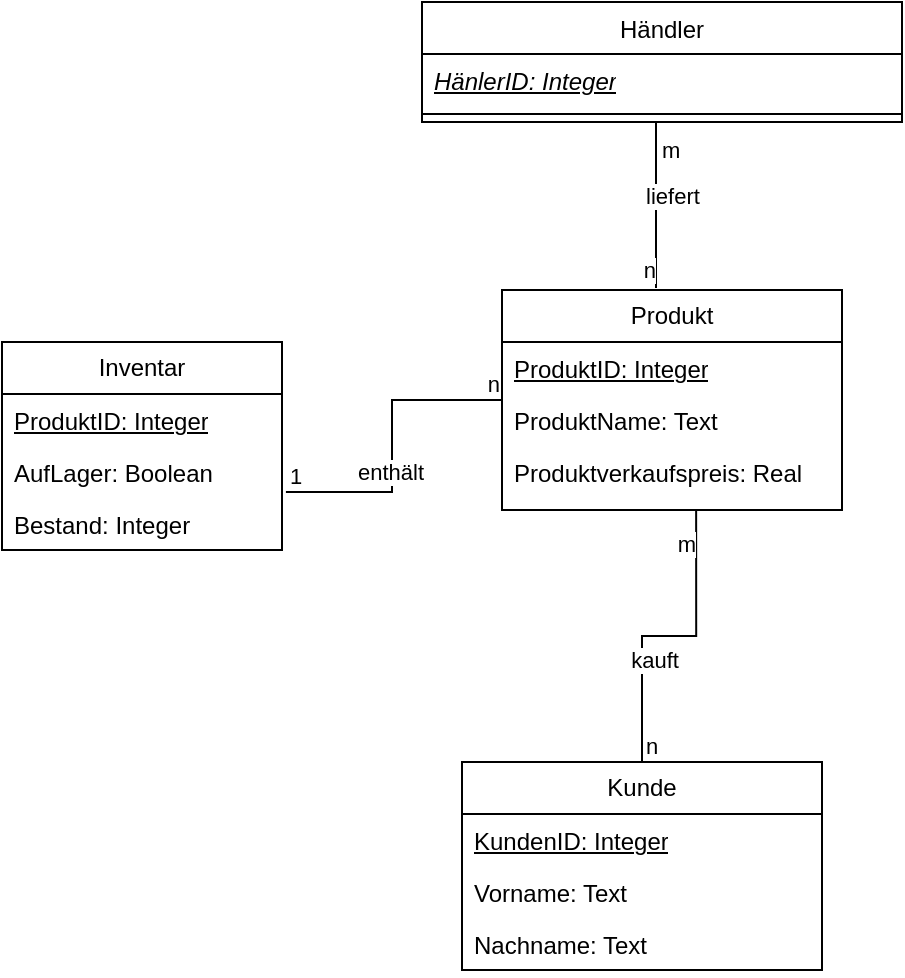
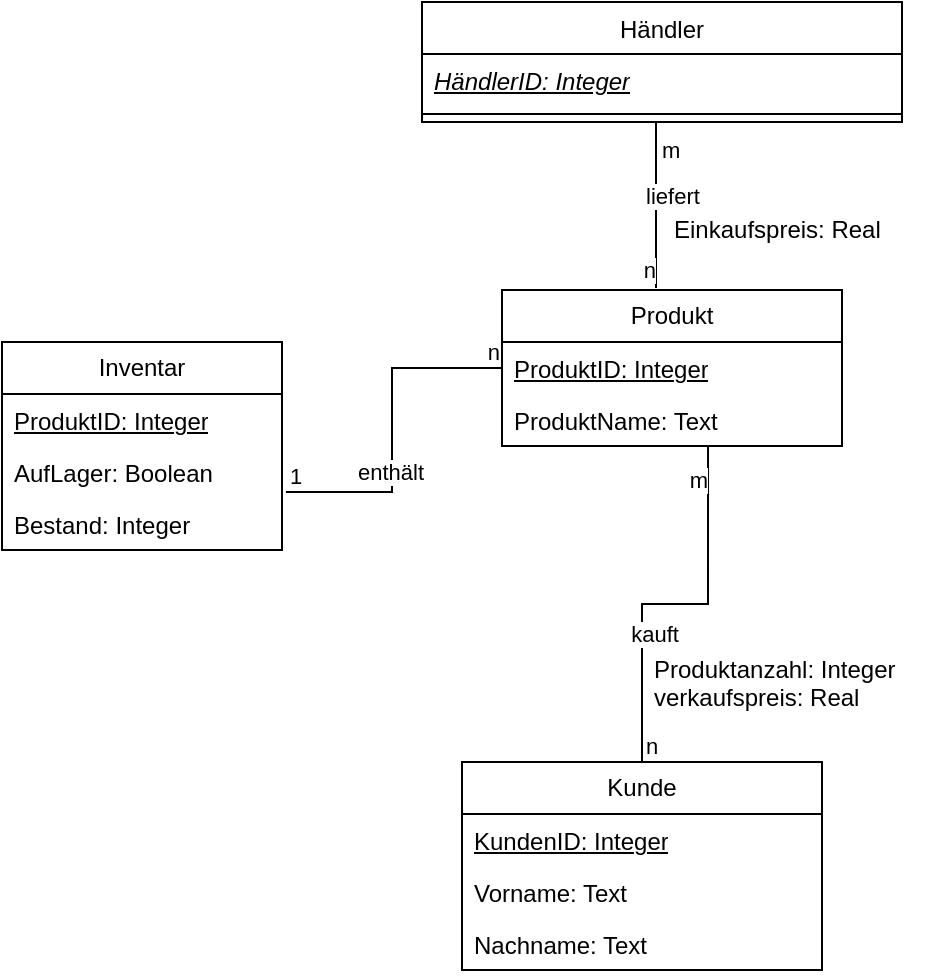
<mxfile host="Electron" agent="Mozilla/5.0 (Windows NT 10.0; Win64; x64) AppleWebKit/537.36 (KHTML, like Gecko) draw.io/23.1.5 Chrome/120.0.6099.109 Electron/28.1.0 Safari/537.36">
  <diagram name="Seite-1" id="zRFhC1JhQhvgA2iYbmPQ">
    <mxGraphModel dx="1398" dy="825" grid="1" gridSize="10" guides="1" tooltips="1" connect="1" arrows="1" fold="1" page="1" pageScale="1" pageWidth="827" pageHeight="1169" math="0" shadow="0">
      <root>
        <mxCell id="0" />
        <mxCell id="1" parent="0" />
        <mxCell id="Is3GVWOtyZzmBliWF83r-1" parent="1" style="swimlane;fontStyle=0;childLayout=stackLayout;horizontal=1;startSize=26;fillColor=none;horizontalStack=0;resizeParent=1;resizeParentMax=0;resizeLast=0;collapsible=1;marginBottom=0;whiteSpace=wrap;html=1;" value="Inventar" vertex="1">
          <mxGeometry height="104" width="140" x="260" y="340" as="geometry" />
        </mxCell>
        <mxCell id="Is3GVWOtyZzmBliWF83r-46" parent="Is3GVWOtyZzmBliWF83r-1" style="text;strokeColor=none;fillColor=none;align=left;verticalAlign=top;spacingLeft=4;spacingRight=4;overflow=hidden;rotatable=0;points=[[0,0.5],[1,0.5]];portConstraint=eastwest;whiteSpace=wrap;html=1;fontStyle=4" value="ProduktID: Integer" vertex="1">
          <mxGeometry height="26" width="140" y="26" as="geometry" />
        </mxCell>
        <mxCell id="Is3GVWOtyZzmBliWF83r-2" parent="Is3GVWOtyZzmBliWF83r-1" style="text;strokeColor=none;fillColor=none;align=left;verticalAlign=top;spacingLeft=4;spacingRight=4;overflow=hidden;rotatable=0;points=[[0,0.5],[1,0.5]];portConstraint=eastwest;whiteSpace=wrap;html=1;" value="AufLager: Boolean" vertex="1">
          <mxGeometry height="26" width="140" y="52" as="geometry" />
        </mxCell>
        <mxCell id="Is3GVWOtyZzmBliWF83r-3" parent="Is3GVWOtyZzmBliWF83r-1" style="text;strokeColor=none;fillColor=none;align=left;verticalAlign=top;spacingLeft=4;spacingRight=4;overflow=hidden;rotatable=0;points=[[0,0.5],[1,0.5]];portConstraint=eastwest;whiteSpace=wrap;html=1;" value="Bestand: Integer" vertex="1">
          <mxGeometry height="26" width="140" y="78" as="geometry" />
        </mxCell>
        <mxCell id="Is3GVWOtyZzmBliWF83r-5" parent="1" style="swimlane;fontStyle=0;childLayout=stackLayout;horizontal=1;startSize=26;fillColor=none;horizontalStack=0;resizeParent=1;resizeParentMax=0;resizeLast=0;collapsible=1;marginBottom=0;whiteSpace=wrap;html=1;" value="Produkt" vertex="1">
-           <mxGeometry height="110" width="170" x="510" y="314" as="geometry" />
+           <mxGeometry height="78" width="170" x="510" y="314" as="geometry" />
        </mxCell>
        <mxCell id="Is3GVWOtyZzmBliWF83r-6" parent="Is3GVWOtyZzmBliWF83r-5" style="text;strokeColor=none;fillColor=none;align=left;verticalAlign=top;spacingLeft=4;spacingRight=4;overflow=hidden;rotatable=0;points=[[0,0.5],[1,0.5]];portConstraint=eastwest;whiteSpace=wrap;html=1;" value="&lt;u&gt;ProduktID: Integer&lt;/u&gt;" vertex="1">
          <mxGeometry height="26" width="170" y="26" as="geometry" />
        </mxCell>
        <mxCell id="Is3GVWOtyZzmBliWF83r-7" parent="Is3GVWOtyZzmBliWF83r-5" style="text;strokeColor=none;fillColor=none;align=left;verticalAlign=top;spacingLeft=4;spacingRight=4;overflow=hidden;rotatable=0;points=[[0,0.5],[1,0.5]];portConstraint=eastwest;whiteSpace=wrap;html=1;" value="ProduktName: Text" vertex="1">
          <mxGeometry height="26" width="170" y="52" as="geometry" />
        </mxCell>
-         <mxCell id="Is3GVWOtyZzmBliWF83r-17" parent="Is3GVWOtyZzmBliWF83r-5" style="text;strokeColor=none;fillColor=none;align=left;verticalAlign=top;spacingLeft=4;spacingRight=4;overflow=hidden;rotatable=0;points=[[0,0.5],[1,0.5]];portConstraint=eastwest;whiteSpace=wrap;html=1;" value="Produktverkaufspreis: Real" vertex="1">
-           <mxGeometry height="32" width="170" y="78" as="geometry" />
-         </mxCell>
        <mxCell id="Is3GVWOtyZzmBliWF83r-9" parent="1" style="swimlane;fontStyle=1;align=center;verticalAlign=top;childLayout=stackLayout;horizontal=1;startSize=26;horizontalStack=0;resizeParent=1;resizeParentMax=0;resizeLast=0;collapsible=1;marginBottom=0;whiteSpace=wrap;html=1;" value="&lt;span style=&quot;font-weight: normal;&quot;&gt;Händler&lt;/span&gt;" vertex="1">
          <mxGeometry height="60" width="240" x="470" y="170" as="geometry" />
        </mxCell>
-         <mxCell id="Is3GVWOtyZzmBliWF83r-10" parent="Is3GVWOtyZzmBliWF83r-9" style="text;strokeColor=none;fillColor=none;align=left;verticalAlign=top;spacingLeft=4;spacingRight=4;overflow=hidden;rotatable=0;points=[[0,0.5],[1,0.5]];portConstraint=eastwest;whiteSpace=wrap;html=1;" value="&lt;u&gt;&lt;i&gt;HänlerID: Integer&lt;/i&gt;&lt;/u&gt;" vertex="1">
+         <mxCell id="Is3GVWOtyZzmBliWF83r-10" parent="Is3GVWOtyZzmBliWF83r-9" style="text;strokeColor=none;fillColor=none;align=left;verticalAlign=top;spacingLeft=4;spacingRight=4;overflow=hidden;rotatable=0;points=[[0,0.5],[1,0.5]];portConstraint=eastwest;whiteSpace=wrap;html=1;" value="&lt;u&gt;&lt;i&gt;HändlerID: Integer&lt;/i&gt;&lt;/u&gt;" vertex="1">
          <mxGeometry height="26" width="240" y="26" as="geometry" />
        </mxCell>
        <mxCell id="Is3GVWOtyZzmBliWF83r-11" parent="Is3GVWOtyZzmBliWF83r-9" style="line;strokeWidth=1;fillColor=none;align=left;verticalAlign=middle;spacingTop=-1;spacingLeft=3;spacingRight=3;rotatable=0;labelPosition=right;points=[];portConstraint=eastwest;strokeColor=inherit;" value="" vertex="1">
          <mxGeometry height="8" width="240" y="52" as="geometry" />
        </mxCell>
        <mxCell id="Is3GVWOtyZzmBliWF83r-13" parent="1" style="swimlane;fontStyle=0;childLayout=stackLayout;horizontal=1;startSize=26;fillColor=none;horizontalStack=0;resizeParent=1;resizeParentMax=0;resizeLast=0;collapsible=1;marginBottom=0;whiteSpace=wrap;html=1;" value="Kunde" vertex="1">
          <mxGeometry height="104" width="180" x="490" y="550" as="geometry" />
        </mxCell>
        <mxCell id="Is3GVWOtyZzmBliWF83r-19" parent="Is3GVWOtyZzmBliWF83r-13" style="text;strokeColor=none;fillColor=none;align=left;verticalAlign=top;spacingLeft=4;spacingRight=4;overflow=hidden;rotatable=0;points=[[0,0.5],[1,0.5]];portConstraint=eastwest;whiteSpace=wrap;html=1;" value="&lt;u&gt;KundenID: Integer&lt;/u&gt;" vertex="1">
          <mxGeometry height="26" width="180" y="26" as="geometry" />
        </mxCell>
        <mxCell id="Is3GVWOtyZzmBliWF83r-15" parent="Is3GVWOtyZzmBliWF83r-13" style="text;strokeColor=none;fillColor=none;align=left;verticalAlign=top;spacingLeft=4;spacingRight=4;overflow=hidden;rotatable=0;points=[[0,0.5],[1,0.5]];portConstraint=eastwest;whiteSpace=wrap;html=1;" value="Vorname: Text" vertex="1">
          <mxGeometry height="26" width="180" y="52" as="geometry" />
        </mxCell>
        <mxCell id="Is3GVWOtyZzmBliWF83r-16" parent="Is3GVWOtyZzmBliWF83r-13" style="text;strokeColor=none;fillColor=none;align=left;verticalAlign=top;spacingLeft=4;spacingRight=4;overflow=hidden;rotatable=0;points=[[0,0.5],[1,0.5]];portConstraint=eastwest;whiteSpace=wrap;html=1;" value="Nachname: Text" vertex="1">
          <mxGeometry height="26" width="180" y="78" as="geometry" />
        </mxCell>
-         <mxCell id="Is3GVWOtyZzmBliWF83r-27" edge="1" parent="1" source="Is3GVWOtyZzmBliWF83r-13" style="endArrow=none;html=1;edgeStyle=orthogonalEdgeStyle;rounded=0;exitX=0.5;exitY=0;exitDx=0;exitDy=0;entryX=0.571;entryY=1;entryDx=0;entryDy=0;entryPerimeter=0;" target="Is3GVWOtyZzmBliWF83r-17" value="">
+         <mxCell id="Is3GVWOtyZzmBliWF83r-27" edge="1" parent="1" source="Is3GVWOtyZzmBliWF83r-13" style="endArrow=none;html=1;edgeStyle=orthogonalEdgeStyle;rounded=0;exitX=0.5;exitY=0;exitDx=0;exitDy=0;entryX=0.606;entryY=1;entryDx=0;entryDy=0;entryPerimeter=0;" target="Is3GVWOtyZzmBliWF83r-7" value="">
          <mxGeometry relative="1" as="geometry">
            <mxPoint x="500" y="500" as="sourcePoint" />
-             <mxPoint x="580" y="470" as="targetPoint" />
+             <mxPoint x="607.0699999999999" y="424" as="targetPoint" />
          </mxGeometry>
        </mxCell>
        <mxCell id="Is3GVWOtyZzmBliWF83r-28" connectable="0" parent="Is3GVWOtyZzmBliWF83r-27" style="edgeLabel;resizable=0;html=1;align=left;verticalAlign=bottom;" value="n" vertex="1">
          <mxGeometry relative="1" x="-1" as="geometry" />
        </mxCell>
        <mxCell id="Is3GVWOtyZzmBliWF83r-29" connectable="0" parent="Is3GVWOtyZzmBliWF83r-27" style="edgeLabel;resizable=0;html=1;align=right;verticalAlign=bottom;" value="m" vertex="1">
          <mxGeometry relative="1" x="1" as="geometry">
            <mxPoint y="25" as="offset" />
          </mxGeometry>
        </mxCell>
        <mxCell id="Is3GVWOtyZzmBliWF83r-30" connectable="0" parent="Is3GVWOtyZzmBliWF83r-27" style="edgeLabel;html=1;align=center;verticalAlign=middle;resizable=0;points=[];" value="kauft" vertex="1">
          <mxGeometry relative="1" x="-0.3267" y="-6" as="geometry">
            <mxPoint as="offset" />
          </mxGeometry>
        </mxCell>
        <mxCell id="Is3GVWOtyZzmBliWF83r-33" edge="1" parent="1" style="endArrow=none;html=1;edgeStyle=orthogonalEdgeStyle;rounded=0;entryX=0.55;entryY=0.01;entryDx=0;entryDy=0;entryPerimeter=0;exitX=0.492;exitY=1.077;exitDx=0;exitDy=0;exitPerimeter=0;" value="">
          <mxGeometry relative="1" as="geometry">
            <Array as="points">
              <mxPoint x="587" y="230" />
            </Array>
            <mxPoint x="588.0799999999999" y="230.00199999999995" as="sourcePoint" />
            <mxPoint x="587" y="313.03999999999996" as="targetPoint" />
          </mxGeometry>
        </mxCell>
        <mxCell id="Is3GVWOtyZzmBliWF83r-34" connectable="0" parent="Is3GVWOtyZzmBliWF83r-33" style="edgeLabel;resizable=0;html=1;align=left;verticalAlign=bottom;" value="m" vertex="1">
          <mxGeometry relative="1" x="-1" as="geometry">
            <mxPoint y="22" as="offset" />
          </mxGeometry>
        </mxCell>
        <mxCell id="Is3GVWOtyZzmBliWF83r-35" connectable="0" parent="Is3GVWOtyZzmBliWF83r-33" style="edgeLabel;resizable=0;html=1;align=right;verticalAlign=bottom;" value="n" vertex="1">
          <mxGeometry relative="1" x="1" as="geometry" />
        </mxCell>
        <mxCell id="Is3GVWOtyZzmBliWF83r-36" connectable="0" parent="Is3GVWOtyZzmBliWF83r-33" style="edgeLabel;html=1;align=center;verticalAlign=middle;resizable=0;points=[];" value="liefert" vertex="1">
          <mxGeometry relative="1" x="-0.0946" y="8" as="geometry">
            <mxPoint as="offset" />
          </mxGeometry>
        </mxCell>
        <mxCell id="Is3GVWOtyZzmBliWF83r-38" edge="1" parent="1" source="Is3GVWOtyZzmBliWF83r-3" style="endArrow=none;html=1;edgeStyle=orthogonalEdgeStyle;rounded=0;entryX=0;entryY=0.5;entryDx=0;entryDy=0;exitX=1.014;exitY=-0.115;exitDx=0;exitDy=0;exitPerimeter=0;" target="Is3GVWOtyZzmBliWF83r-5" value="">
          <mxGeometry relative="1" as="geometry">
            <mxPoint x="330" y="430" as="sourcePoint" />
            <mxPoint x="490" y="430" as="targetPoint" />
          </mxGeometry>
        </mxCell>
        <mxCell id="Is3GVWOtyZzmBliWF83r-39" connectable="0" parent="Is3GVWOtyZzmBliWF83r-38" style="edgeLabel;resizable=0;html=1;align=left;verticalAlign=bottom;" value="1" vertex="1">
          <mxGeometry relative="1" x="-1" as="geometry" />
        </mxCell>
        <mxCell id="Is3GVWOtyZzmBliWF83r-40" connectable="0" parent="Is3GVWOtyZzmBliWF83r-38" style="edgeLabel;resizable=0;html=1;align=right;verticalAlign=bottom;" value="n" vertex="1">
          <mxGeometry relative="1" x="1" as="geometry" />
        </mxCell>
        <mxCell id="9d2SOzoO8xg9qqlNjvsp-1" connectable="0" parent="1" style="edgeLabel;html=1;align=center;verticalAlign=middle;resizable=0;points=[];" value="enthält" vertex="1">
          <mxGeometry x="430" y="470" as="geometry">
            <mxPoint x="24" y="-65" as="offset" />
          </mxGeometry>
        </mxCell>
+         <mxCell id="9d2SOzoO8xg9qqlNjvsp-8" parent="1" style="text;strokeColor=none;fillColor=none;align=left;verticalAlign=top;spacingLeft=4;spacingRight=4;overflow=hidden;rotatable=0;points=[[0,0.5],[1,0.5]];portConstraint=eastwest;whiteSpace=wrap;html=1;" value="Produktanzahl: Integer&lt;div&gt;verkaufspreis: Real&lt;/div&gt;" vertex="1">
+           <mxGeometry height="40" width="140" x="580" y="490" as="geometry" />
+         </mxCell>
+         <mxCell id="9d2SOzoO8xg9qqlNjvsp-9" parent="1" style="text;strokeColor=none;fillColor=none;align=left;verticalAlign=top;spacingLeft=4;spacingRight=4;overflow=hidden;rotatable=0;points=[[0,0.5],[1,0.5]];portConstraint=eastwest;whiteSpace=wrap;html=1;" value="Einkaufspreis: Real" vertex="1">
+           <mxGeometry height="26" width="140" x="590" y="270" as="geometry" />
+         </mxCell>
      </root>
    </mxGraphModel>
  </diagram>
</mxfile>
